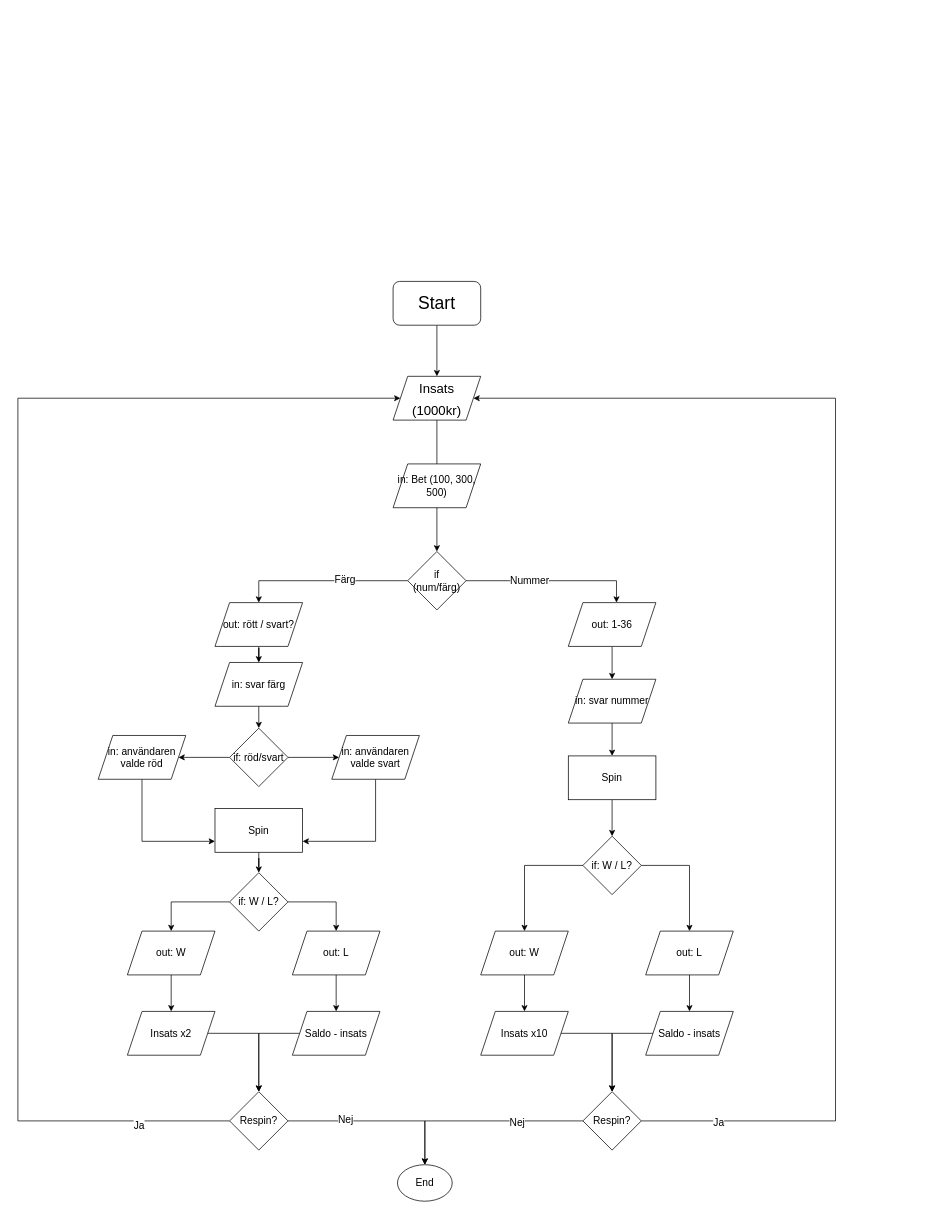
This is C++/Roulette c++.drawio from a22edvbu/HiS-projects, a draw.io file, before an edit. Source tidied: cells renumbered, new cells numbered last; positions are measured from the earlier drawing's top-left corner, leaving out a move shared by most shapes. Both pictures are drawn from the tidied source at 73%, with x=0, y=0 at pixel (18, 281).
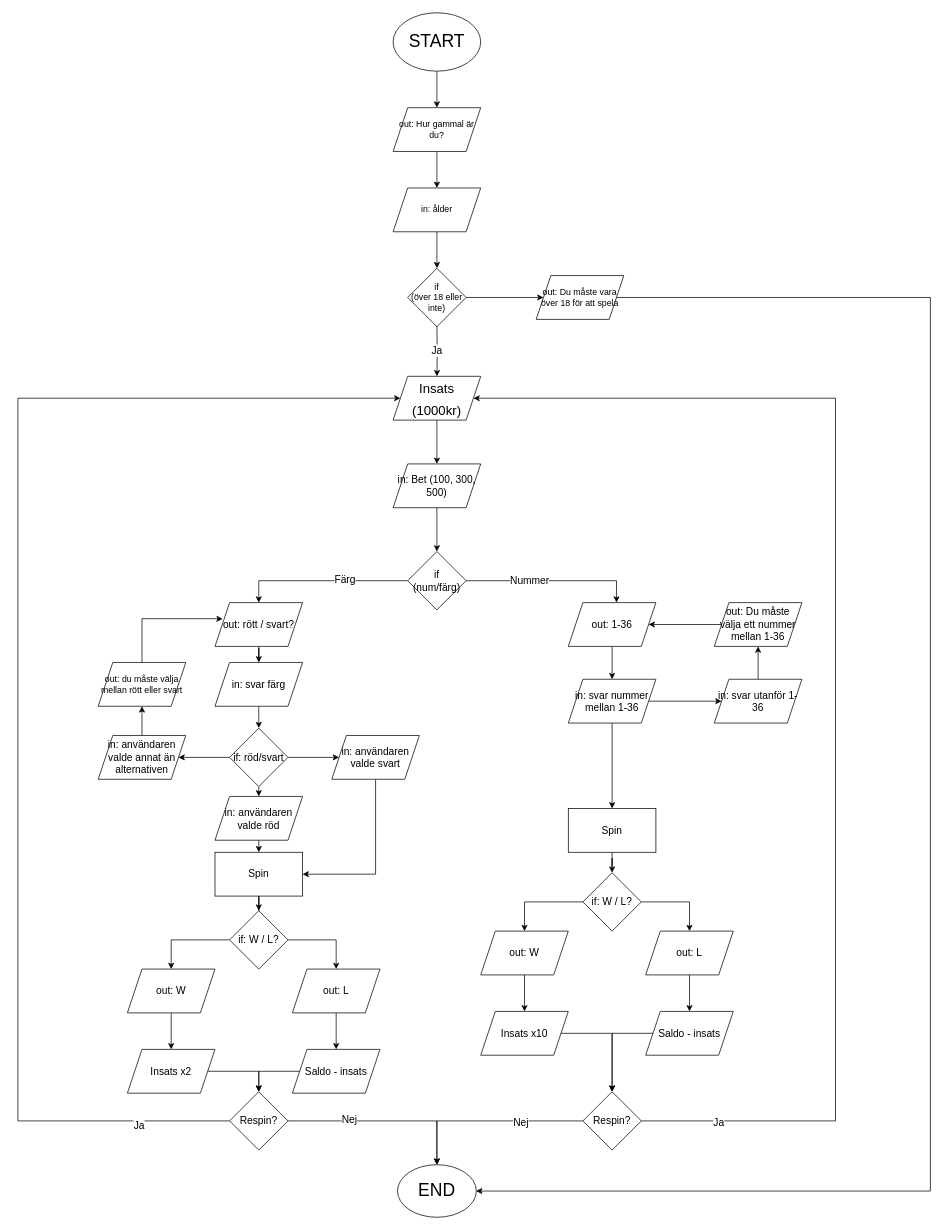
The same diagram, later.

The change refers to these unchanged cells:
```xml
<mxCell id="5" value="&lt;div&gt;&lt;font style=&quot;font-size: 18px;&quot;&gt;Insats (1000kr)&lt;/font&gt;&lt;font size=&quot;3&quot;&gt;&lt;br&gt;&lt;/font&gt;&lt;/div&gt;" style="shape=parallelogram;perimeter=parallelogramPerimeter;whiteSpace=wrap;html=1;fixedSize=1;fontSize=24;rounded=1;arcSize=0;" parent="1" vertex="1">
  <mxGeometry x="514" y="130" width="120" height="60" as="geometry" />
</mxCell>
<mxCell id="10" value="if &lt;br&gt;(num/färg)" style="rhombus;fontSize=14;gradientColor=none;rounded=0;shadow=0;sketch=0;labelBackgroundColor=none;labelBorderColor=none;whiteSpace=wrap;html=1;verticalAlign=middle;horizontal=1;" parent="1" vertex="1">
  <mxGeometry x="534" y="370" width="80" height="80" as="geometry" />
</mxCell>
<mxCell id="12" value="out: 1-36" style="shape=parallelogram;perimeter=parallelogramPerimeter;whiteSpace=wrap;html=1;fixedSize=1;rounded=0;shadow=0;labelBackgroundColor=none;labelBorderColor=none;sketch=0;fontSize=14;gradientColor=none;" parent="1" vertex="1">
  <mxGeometry x="754" y="440" width="120" height="60" as="geometry" />
</mxCell>
<mxCell id="14" value="out: rött / svart?" style="shape=parallelogram;perimeter=parallelogramPerimeter;whiteSpace=wrap;html=1;fixedSize=1;rounded=0;shadow=0;labelBackgroundColor=none;labelBorderColor=none;sketch=0;fontSize=14;gradientColor=none;" parent="1" vertex="1">
  <mxGeometry x="270" y="440" width="120" height="60" as="geometry" />
</mxCell>
<mxCell id="30" value="in: Bet (100, 300, 500)" style="shape=parallelogram;perimeter=parallelogramPerimeter;whiteSpace=wrap;html=1;fixedSize=1;rounded=0;shadow=0;labelBackgroundColor=none;labelBorderColor=none;sketch=0;fontSize=14;gradientColor=none;" parent="1" vertex="1">
  <mxGeometry x="514" y="250" width="120" height="60" as="geometry" />
</mxCell>
<mxCell id="59" value="if: röd/svart" style="rhombus;whiteSpace=wrap;html=1;rounded=0;shadow=0;labelBackgroundColor=none;labelBorderColor=none;sketch=0;fontSize=14;gradientColor=none;" parent="1" vertex="1">
  <mxGeometry x="290" y="612" width="80" height="80" as="geometry" />
</mxCell>
<mxCell id="63" value="in: användaren valde svart" style="shape=parallelogram;perimeter=parallelogramPerimeter;whiteSpace=wrap;html=1;fixedSize=1;rounded=0;shadow=0;labelBackgroundColor=none;labelBorderColor=none;sketch=0;fontSize=14;gradientColor=none;" parent="1" vertex="1">
  <mxGeometry x="430" y="622" width="120" height="60" as="geometry" />
</mxCell>
```

Change to the diagram source:
```diff
@@
-    <mxCell id="2" style="edgeStyle=orthogonalEdgeStyle;rounded=0;jettySize=auto;html=1;entryX=0.5;entryY=0;entryDx=0;entryDy=0;fontSize=14;" parent="1" edge="1" source="3" target="5">
-      <mxGeometry relative="1" as="geometry" />
+    <mxCell id="2" value="Ja" style="edgeStyle=orthogonalEdgeStyle;rounded=0;jettySize=auto;html=1;entryX=0.5;entryY=0;entryDx=0;entryDy=0;fontSize=14;" parent="1" edge="1" target="5">
+      <mxGeometry relative="1" as="geometry">
+        <mxPoint x="574" y="60" as="sourcePoint" />
+      </mxGeometry>
     </mxCell>
-    <mxCell id="3" value="Start" style="rounded=1;whiteSpace=wrap;html=1;fontSize=24;" parent="1" vertex="1">
-      <mxGeometry x="514" width="120" height="60" as="geometry" />
-    </mxCell>
-    <mxCell id="4" style="edgeStyle=orthogonalEdgeStyle;rounded=0;jettySize=auto;html=1;fontSize=12;entryX=0.5;entryY=0;entryDx=0;entryDy=0;" parent="1" edge="1" source="5">
-      <mxGeometry relative="1" as="geometry">
-        <mxPoint x="574" y="370" as="targetPoint" />
-      </mxGeometry>
-    </mxCell>
+    <mxCell id="64" style="edgeStyle=orthogonalEdgeStyle;rounded=0;jettySize=auto;html=1;entryX=0.5;entryY=0;entryDx=0;entryDy=0;fontSize=24;" parent="1" edge="1" source="5" target="30">
+      <mxGeometry relative="1" as="geometry" />
+    </mxCell>
@@
+    <mxCell id="65" style="edgeStyle=orthogonalEdgeStyle;rounded=0;jettySize=auto;html=1;fontSize=12;" parent="1" edge="1" source="16" target="83">
+      <mxGeometry relative="1" as="geometry" />
+    </mxCell>
-    <mxCell id="16" value="in: svar nummer" style="shape=parallelogram;perimeter=parallelogramPerimeter;whiteSpace=wrap;html=1;fixedSize=1;rounded=0;shadow=0;labelBackgroundColor=none;labelBorderColor=none;sketch=0;fontSize=14;gradientColor=none;" parent="1" vertex="1">
+    <mxCell id="16" value="in: svar nummer mellan 1-36" style="shape=parallelogram;perimeter=parallelogramPerimeter;whiteSpace=wrap;html=1;fixedSize=1;rounded=0;shadow=0;labelBackgroundColor=none;labelBorderColor=none;sketch=0;fontSize=14;gradientColor=none;" parent="1" vertex="1">
       <mxGeometry x="754" y="545" width="120" height="60" as="geometry" />
     </mxCell>
@@
     <mxCell id="18" value="Spin" style="rounded=0;whiteSpace=wrap;html=1;shadow=0;labelBackgroundColor=none;labelBorderColor=none;sketch=0;fontSize=14;gradientColor=none;" parent="1" vertex="1">
-      <mxGeometry x="754" y="650" width="120" height="60" as="geometry" />
+      <mxGeometry x="754" y="722" width="120" height="60" as="geometry" />
     </mxCell>
@@
     <mxCell id="21" value="if: W / L?" style="rhombus;whiteSpace=wrap;html=1;rounded=0;shadow=0;labelBackgroundColor=none;labelBorderColor=none;sketch=0;fontSize=14;" parent="1" vertex="1">
-      <mxGeometry x="774" y="760" width="80" height="80" as="geometry" />
+      <mxGeometry x="774" y="810" width="80" height="80" as="geometry" />
     </mxCell>
@@
+    <mxCell id="66" style="edgeStyle=orthogonalEdgeStyle;rounded=0;jettySize=auto;html=1;entryX=0.5;entryY=0;entryDx=0;entryDy=0;fontSize=24;" parent="1" edge="1" source="30" target="10">
+      <mxGeometry relative="1" as="geometry" />
+    </mxCell>
@@
     <mxCell id="34" value="Spin" style="rounded=0;whiteSpace=wrap;html=1;shadow=0;labelBackgroundColor=none;labelBorderColor=none;sketch=0;fontSize=14;gradientColor=none;" parent="1" vertex="1">
-      <mxGeometry x="270" y="722" width="120" height="60" as="geometry" />
+      <mxGeometry x="270" y="782" width="120" height="60" as="geometry" />
     </mxCell>
@@
     <mxCell id="37" value="if: W / L?" style="rhombus;whiteSpace=wrap;html=1;rounded=0;shadow=0;labelBackgroundColor=none;labelBorderColor=none;sketch=0;fontSize=14;gradientColor=none;" parent="1" vertex="1">
-      <mxGeometry x="290" y="810" width="80" height="80" as="geometry" />
+      <mxGeometry x="290" y="862" width="80" height="80" as="geometry" />
     </mxCell>
@@
     <mxCell id="39" value="out: W" style="shape=parallelogram;perimeter=parallelogramPerimeter;whiteSpace=wrap;html=1;fixedSize=1;rounded=0;shadow=0;labelBackgroundColor=none;labelBorderColor=none;sketch=0;fontSize=14;gradientColor=none;" parent="1" vertex="1">
-      <mxGeometry x="150" y="890" width="120" height="60" as="geometry" />
+      <mxGeometry x="150" y="942" width="120" height="60" as="geometry" />
     </mxCell>
@@
     <mxCell id="41" value="out: L" style="shape=parallelogram;perimeter=parallelogramPerimeter;whiteSpace=wrap;html=1;fixedSize=1;rounded=0;shadow=0;labelBackgroundColor=none;labelBorderColor=none;sketch=0;fontSize=14;gradientColor=none;" parent="1" vertex="1">
-      <mxGeometry x="376" y="890" width="120" height="60" as="geometry" />
+      <mxGeometry x="376" y="942" width="120" height="60" as="geometry" />
     </mxCell>
@@
     <mxCell id="43" value="Insats x2" style="shape=parallelogram;perimeter=parallelogramPerimeter;whiteSpace=wrap;html=1;fixedSize=1;rounded=0;shadow=0;labelBackgroundColor=none;labelBorderColor=none;sketch=0;fontSize=14;gradientColor=none;" parent="1" vertex="1">
-      <mxGeometry x="150" y="1000" width="120" height="60" as="geometry" />
+      <mxGeometry x="150" y="1052" width="120" height="60" as="geometry" />
     </mxCell>
@@
     <mxCell id="45" value="Saldo - insats" style="shape=parallelogram;perimeter=parallelogramPerimeter;whiteSpace=wrap;html=1;fixedSize=1;rounded=0;shadow=0;labelBackgroundColor=none;labelBorderColor=none;sketch=0;fontSize=14;gradientColor=none;" parent="1" vertex="1">
-      <mxGeometry x="376" y="1000" width="120" height="60" as="geometry" />
+      <mxGeometry x="376" y="1052" width="120" height="60" as="geometry" />
     </mxCell>
@@
-    <mxCell id="51" value="End" style="ellipse;whiteSpace=wrap;html=1;rounded=0;shadow=0;labelBackgroundColor=none;labelBorderColor=none;sketch=0;fontSize=14;gradientColor=none;" parent="1" vertex="1">
-      <mxGeometry x="520" y="1210" width="75" height="50" as="geometry" />
+    <mxCell id="51" value="&lt;font style=&quot;font-size: 24px;&quot;&gt;END&lt;/font&gt;" style="ellipse;whiteSpace=wrap;html=1;rounded=0;shadow=0;labelBackgroundColor=none;labelBorderColor=none;sketch=0;fontSize=14;gradientColor=none;" parent="1" vertex="1">
+      <mxGeometry x="520" y="1210" width="108" height="72" as="geometry" />
     </mxCell>
@@
-    <mxCell id="58" style="edgeStyle=orthogonalEdgeStyle;rounded=0;jettySize=auto;html=1;entryX=1;entryY=0.5;entryDx=0;entryDy=0;fontSize=14;" parent="1" edge="1" source="59" target="61">
+    <mxCell id="58" style="edgeStyle=orthogonalEdgeStyle;rounded=0;jettySize=auto;html=1;exitX=0.5;exitY=1;exitDx=0;exitDy=0;entryX=0.5;entryY=0;entryDx=0;entryDy=0;fontSize=12;" parent="1" edge="1" source="59" target="61">
       <mxGeometry relative="1" as="geometry" />
     </mxCell>
+    <mxCell id="67" style="edgeStyle=orthogonalEdgeStyle;rounded=0;jettySize=auto;html=1;fontSize=12;" parent="1" edge="1" source="59" target="79">
+      <mxGeometry relative="1" as="geometry" />
+    </mxCell>
@@
-    <mxCell id="60" style="edgeStyle=orthogonalEdgeStyle;rounded=0;jettySize=auto;html=1;exitX=0.5;exitY=1;exitDx=0;exitDy=0;entryX=0;entryY=0.75;entryDx=0;entryDy=0;fontSize=14;" parent="1" edge="1" source="61" target="34">
+    <mxCell id="60" style="edgeStyle=orthogonalEdgeStyle;rounded=0;jettySize=auto;html=1;exitX=0.5;exitY=1;exitDx=0;exitDy=0;entryX=0.5;entryY=0;entryDx=0;entryDy=0;fontSize=12;" parent="1" edge="1" source="61" target="34">
       <mxGeometry relative="1" as="geometry" />
     </mxCell>
     <mxCell id="61" value="in: användaren valde röd" style="shape=parallelogram;perimeter=parallelogramPerimeter;whiteSpace=wrap;html=1;fixedSize=1;rounded=0;shadow=0;labelBackgroundColor=none;labelBorderColor=none;sketch=0;fontSize=14;gradientColor=none;" parent="1" vertex="1">
-      <mxGeometry x="110" y="622" width="120" height="60" as="geometry" />
+      <mxGeometry x="270" y="705.5" width="120" height="60" as="geometry" />
     </mxCell>
-    <mxCell id="62" style="edgeStyle=orthogonalEdgeStyle;rounded=0;jettySize=auto;html=1;entryX=1;entryY=0.75;entryDx=0;entryDy=0;fontSize=14;" parent="1" edge="1" source="63" target="34">
-      <mxGeometry relative="1" as="geometry">
-        <Array as="points">
-          <mxPoint x="490" y="767" />
-        </Array>
-      </mxGeometry>
+    <mxCell id="62" style="edgeStyle=orthogonalEdgeStyle;rounded=0;jettySize=auto;html=1;exitX=0.5;exitY=1;exitDx=0;exitDy=0;entryX=1;entryY=0.5;entryDx=0;entryDy=0;fontSize=12;" parent="1" edge="1" source="63" target="34">
+      <mxGeometry relative="1" as="geometry" />
     </mxCell>
@@
+    <mxCell id="68" style="edgeStyle=orthogonalEdgeStyle;rounded=0;jettySize=auto;html=1;fontSize=24;" parent="1" edge="1" source="69" target="71">
+      <mxGeometry relative="1" as="geometry" />
+    </mxCell>
+    <mxCell id="69" value="&lt;font style=&quot;font-size: 24px;&quot;&gt;START&lt;/font&gt;" style="ellipse;whiteSpace=wrap;html=1;" parent="1" vertex="1">
+      <mxGeometry x="514" y="-368" width="120" height="80" as="geometry" />
+    </mxCell>
+    <mxCell id="70" style="edgeStyle=orthogonalEdgeStyle;rounded=0;jettySize=auto;html=1;fontSize=24;" parent="1" edge="1" source="71" target="75">
+      <mxGeometry relative="1" as="geometry" />
+    </mxCell>
+    <mxCell id="71" value="out: Hur gammal är du?" style="shape=parallelogram;perimeter=parallelogramPerimeter;whiteSpace=wrap;html=1;fixedSize=1;" parent="1" vertex="1">
+      <mxGeometry x="514" y="-238" width="120" height="60" as="geometry" />
+    </mxCell>
+    <mxCell id="72" style="edgeStyle=orthogonalEdgeStyle;rounded=0;jettySize=auto;html=1;entryX=0;entryY=0.5;entryDx=0;entryDy=0;fontSize=12;" parent="1" edge="1" source="73" target="77">
+      <mxGeometry relative="1" as="geometry" />
+    </mxCell>
+    <mxCell id="73" value="if&lt;br&gt;(över 18 eller inte)" style="rhombus;whiteSpace=wrap;html=1;" parent="1" vertex="1">
+      <mxGeometry x="534" y="-18" width="80" height="80" as="geometry" />
+    </mxCell>
+    <mxCell id="74" style="edgeStyle=orthogonalEdgeStyle;rounded=0;jettySize=auto;html=1;entryX=0.5;entryY=0;entryDx=0;entryDy=0;fontSize=24;" parent="1" edge="1" source="75" target="73">
+      <mxGeometry relative="1" as="geometry" />
+    </mxCell>
+    <mxCell id="75" value="in: ålder" style="shape=parallelogram;perimeter=parallelogramPerimeter;whiteSpace=wrap;html=1;fixedSize=1;" parent="1" vertex="1">
+      <mxGeometry x="514" y="-128" width="120" height="60" as="geometry" />
+    </mxCell>
+    <mxCell id="76" style="edgeStyle=orthogonalEdgeStyle;rounded=0;jettySize=auto;html=1;entryX=0.996;entryY=0.501;entryDx=0;entryDy=0;entryPerimeter=0;fontSize=12;" parent="1" edge="1" source="77" target="51">
+      <mxGeometry relative="1" as="geometry">
+        <Array as="points">
+          <mxPoint x="1250" y="22" />
+          <mxPoint x="1250" y="1246" />
+        </Array>
+      </mxGeometry>
+    </mxCell>
+    <mxCell id="77" value="out: Du måste vara över 18 för att spela" style="shape=parallelogram;perimeter=parallelogramPerimeter;whiteSpace=wrap;html=1;fixedSize=1;" parent="1" vertex="1">
+      <mxGeometry x="710" y="-8" width="120" height="60" as="geometry" />
+    </mxCell>
+    <mxCell id="78" style="edgeStyle=orthogonalEdgeStyle;rounded=0;jettySize=auto;html=1;exitX=0.5;exitY=0;exitDx=0;exitDy=0;entryX=0.5;entryY=1;entryDx=0;entryDy=0;fontSize=12;" parent="1" edge="1" source="79" target="81">
+      <mxGeometry relative="1" as="geometry" />
+    </mxCell>
+    <mxCell id="79" value="in: användaren valde annat än alternativen" style="shape=parallelogram;perimeter=parallelogramPerimeter;whiteSpace=wrap;html=1;fixedSize=1;fontSize=14;rounded=0;shadow=0;labelBackgroundColor=none;labelBorderColor=none;sketch=0;gradientColor=none;" parent="1" vertex="1">
+      <mxGeometry x="110" y="622" width="120" height="60" as="geometry" />
+    </mxCell>
+    <mxCell id="80" style="edgeStyle=orthogonalEdgeStyle;rounded=0;jettySize=auto;html=1;exitX=0.5;exitY=0;exitDx=0;exitDy=0;entryX=0.088;entryY=0.374;entryDx=0;entryDy=0;entryPerimeter=0;fontSize=12;" parent="1" edge="1" source="81" target="14">
+      <mxGeometry relative="1" as="geometry">
+        <Array as="points">
+          <mxPoint x="170" y="462" />
+          <mxPoint x="270" y="462" />
+        </Array>
+      </mxGeometry>
+    </mxCell>
+    <mxCell id="81" value="out: du måste välja mellan rött eller svart" style="shape=parallelogram;perimeter=parallelogramPerimeter;whiteSpace=wrap;html=1;fixedSize=1;fontSize=12;" parent="1" vertex="1">
+      <mxGeometry x="110" y="522" width="120" height="60" as="geometry" />
+    </mxCell>
+    <mxCell id="82" style="edgeStyle=orthogonalEdgeStyle;rounded=0;jettySize=auto;html=1;fontSize=12;" parent="1" edge="1" source="83" target="85">
+      <mxGeometry relative="1" as="geometry" />
+    </mxCell>
+    <mxCell id="83" value="in: svar utanför 1-36" style="shape=parallelogram;perimeter=parallelogramPerimeter;whiteSpace=wrap;html=1;fixedSize=1;fontSize=14;rounded=0;shadow=0;labelBackgroundColor=none;labelBorderColor=none;sketch=0;gradientColor=none;" parent="1" vertex="1">
+      <mxGeometry x="954" y="545" width="120" height="60" as="geometry" />
+    </mxCell>
+    <mxCell id="84" style="edgeStyle=orthogonalEdgeStyle;rounded=0;jettySize=auto;html=1;fontSize=12;" parent="1" edge="1" source="85" target="12">
+      <mxGeometry relative="1" as="geometry" />
+    </mxCell>
+    <mxCell id="85" value="out: Du måste välja ett nummer mellan 1-36" style="shape=parallelogram;perimeter=parallelogramPerimeter;whiteSpace=wrap;html=1;fixedSize=1;fontSize=14;rounded=0;shadow=0;labelBackgroundColor=none;labelBorderColor=none;sketch=0;gradientColor=none;" parent="1" vertex="1">
+      <mxGeometry x="954" y="440" width="120" height="60" as="geometry" />
+    </mxCell>
```
